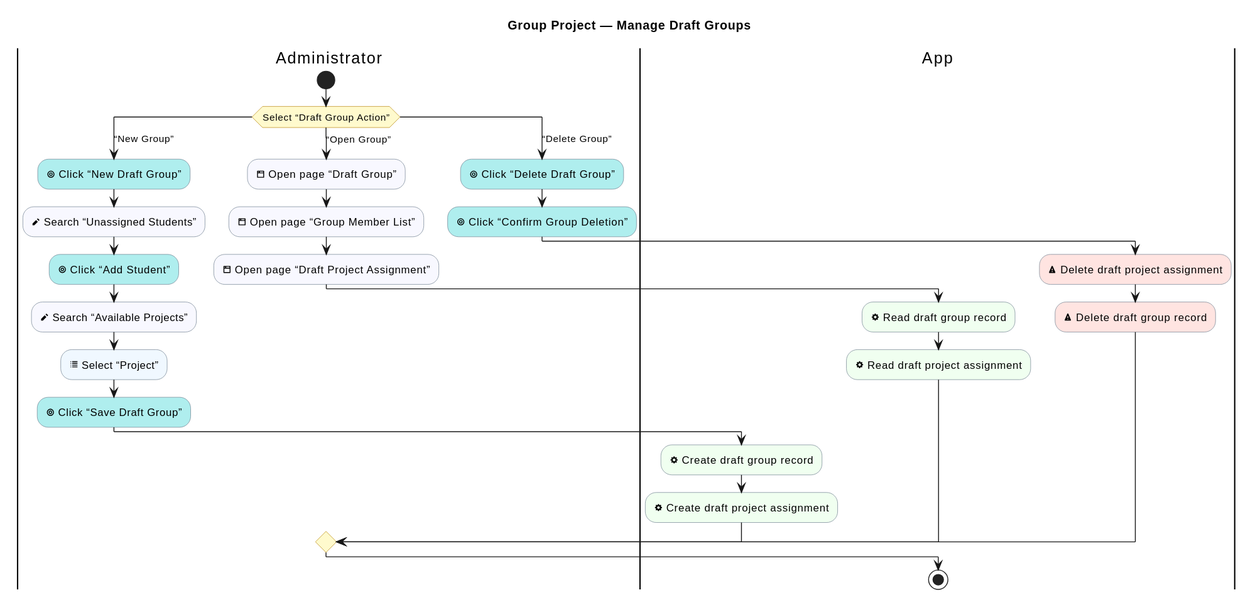
sdflkjssl/sdflkjssl.github.io keeps this PlantUML diagram as industrial-placement-group-project/diagrams/group-project/draft-group-management.svg. Above is the earlier version.
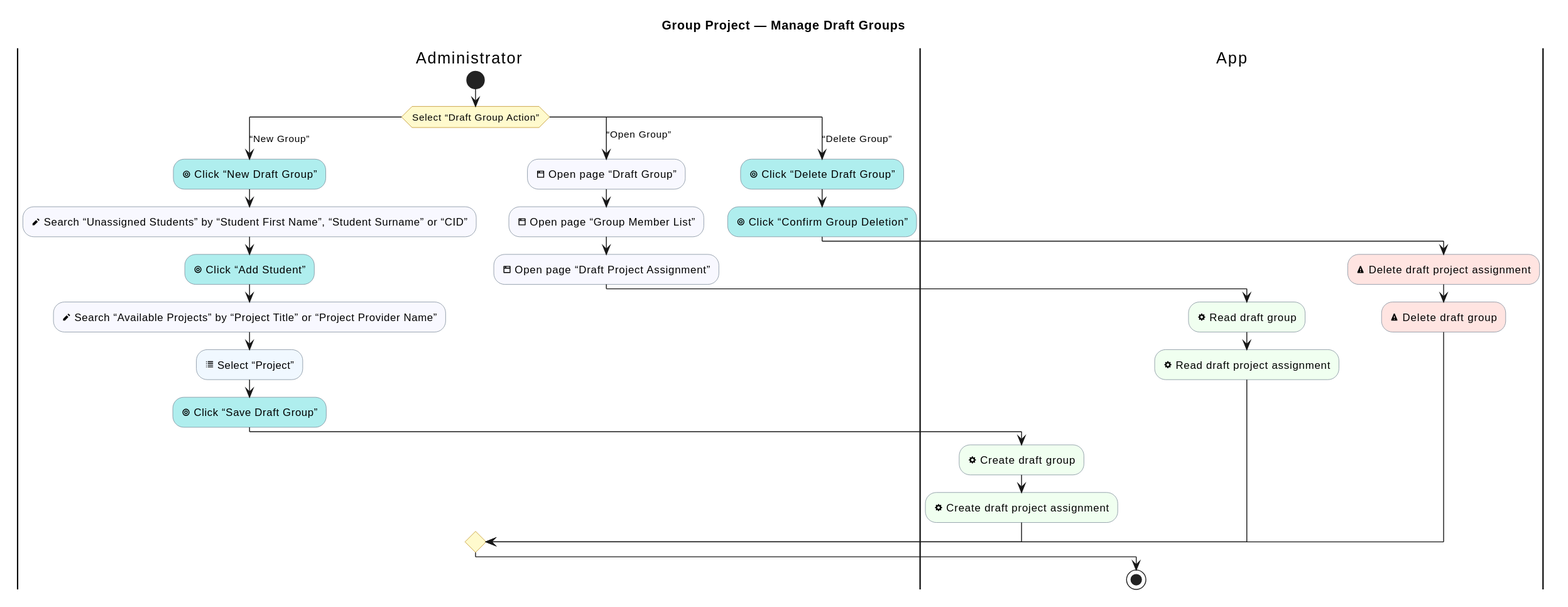
Above is the later version.

Diff of the diagram source:
```diff
@@ -16,13 +16,13 @@
 case (“New Group”)
   |Administrator|
   :<&target> Click “New Draft Group”; <<#PaleTurquoise>>
-  :<&pencil> Search “Unassigned Students”; <<#GhostWhite>>
+  :<&pencil> Search “Unassigned Students” by “Student First Name”, “Student Surname” or “CID”; <<#GhostWhite>>
   :<&target> Click “Add Student”; <<#PaleTurquoise>>
-  :<&pencil> Search “Available Projects”; <<#GhostWhite>>
+  :<&pencil> Search “Available Projects” by “Project Title” or “Project Provider Name”; <<#GhostWhite>>
   :<&list> Select “Project”; <<#AliceBlue>>
   :<&target> Click “Save Draft Group”; <<#PaleTurquoise>>
   |App|
-  :<&cog> Create draft group record; <<#HoneyDew>>
+  :<&cog> Create draft group; <<#HoneyDew>>
   :<&cog> Create draft project assignment; <<#HoneyDew>>
 case (“Open Group”)
   |Administrator|
@@ -30,7 +30,7 @@
   :<&browser> Open page “Group Member List”; <<#GhostWhite>>
   :<&browser> Open page “Draft Project Assignment”; <<#GhostWhite>>
   |App|
-  :<&cog> Read draft group record; <<#HoneyDew>>
+  :<&cog> Read draft group; <<#HoneyDew>>
   :<&cog> Read draft project assignment; <<#HoneyDew>>
 case (“Delete Group”)
   |Administrator|
@@ -38,7 +38,7 @@
   :<&target> Click “Confirm Group Deletion”; <<#PaleTurquoise>>
   |App|
   :<&warning> Delete draft project assignment; <<#MistyRose>>
-  :<&warning> Delete draft group record; <<#MistyRose>>
+  :<&warning> Delete draft group; <<#MistyRose>>
 endswitch
 stop
 @enduml
```
